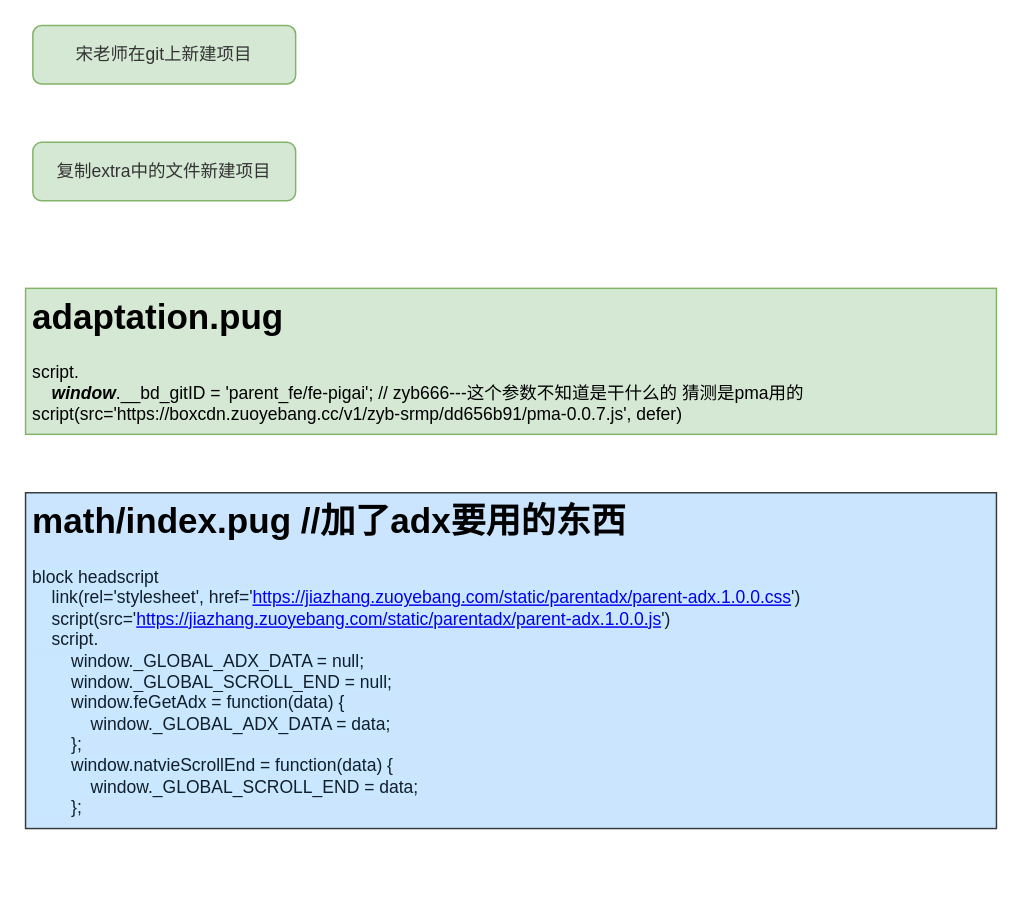
Before: 开发流程.drawio in tcaicai/ant-design-vue, a draw.io diagram. Source tidied: cells renumbered, new cells numbered last; positions are measured from the earlier drawing's top-left corner, leaving out a move shared by most shapes. Both pictures are drawn from the tidied source at 146%, with x=0, y=0 at pixel (25, 25).
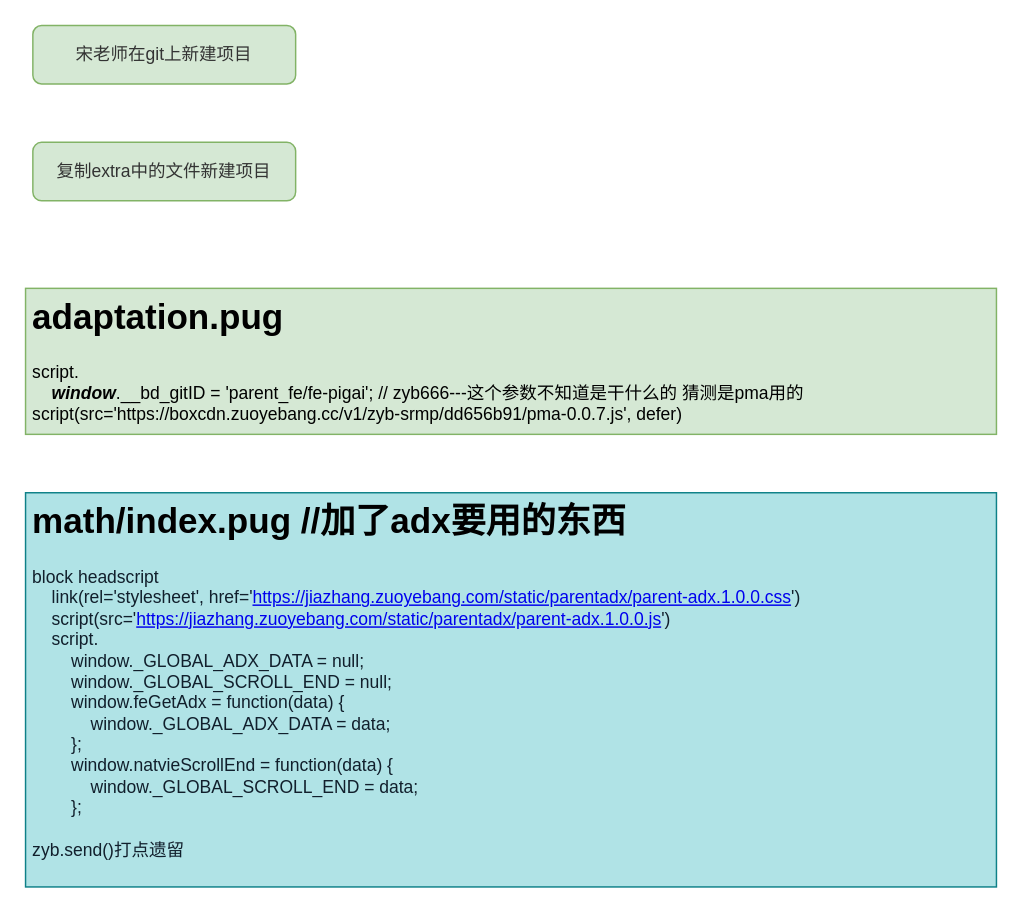
After the change.

What changed in the source:
```diff
@@
 <mxGraphModel>
   <root>
     <mxCell id="0" />
     <mxCell id="1" parent="0" />
     <mxCell id="2" value="&lt;span&gt;&lt;font color=&quot;#333333&quot;&gt;宋老师在git上新建项目&lt;/font&gt;&lt;/span&gt;" style="rounded=1;whiteSpace=wrap;html=1;fillColor=#d5e8d4;strokeColor=#82b366;" parent="1" vertex="1">
       <mxGeometry x="5" width="180" height="40" as="geometry" />
     </mxCell>
     <mxCell id="3" value="&lt;font color=&quot;#333333&quot;&gt;复制extra中的文件新建项目&lt;/font&gt;" style="rounded=1;whiteSpace=wrap;html=1;fillColor=#d5e8d4;strokeColor=#82b366;" parent="1" vertex="1">
       <mxGeometry x="5" y="80" width="180" height="40" as="geometry" />
     </mxCell>
     <mxCell id="4" value="&lt;h1&gt;adaptation.pug&lt;/h1&gt;&lt;blockquote&gt;&lt;/blockquote&gt;script.&lt;br&gt;&lt;span style=&quot;font-weight: bold ; font-style: italic&quot;&gt;&amp;nbsp; &amp;nbsp; window&lt;/span&gt;.__bd_gitID = 'parent_fe/fe-pigai'; // zyb666---这个参数不知道是干什么的 猜测是pma用的&lt;br&gt;script(src='https://boxcdn.zuoyebang.cc/v1/zyb-srmp/dd656b91/pma-0.0.7.js', defer)" style="text;html=1;strokeColor=#82b366;fillColor=#d5e8d4;spacing=5;spacingTop=-20;whiteSpace=wrap;overflow=hidden;rounded=0;rotation=0;" parent="1" vertex="1">
       <mxGeometry y="180" width="665" height="100" as="geometry" />
     </mxCell>
-    <mxCell id="5" value="&lt;h1&gt;math/index.pug //加了adx要用的东西&lt;/h1&gt;&lt;font&gt;&lt;span style=&quot;font-size: 12px ; color: rgb(17 , 31 , 44) ; background-color: rgb(201 , 231 , 255)&quot;&gt;block headscript&lt;/span&gt;&lt;br style=&quot;box-sizing: border-box ; color: rgb(17 , 31 , 44) ; background-color: rgb(201 , 231 , 255)&quot;&gt;&lt;span style=&quot;font-size: 12px ; color: rgb(17 , 31 , 44) ; background-color: rgb(201 , 231 , 255)&quot;&gt;&amp;nbsp; &amp;nbsp; link(rel='stylesheet', href='&lt;/span&gt;&lt;a href=&quot;https://jiazhang.zuoyebang.com/static/parentadx/parent-adx.1.0.0.css&quot; target=&quot;_blank&quot; style=&quot;font-size: 12px ; box-sizing: border-box ; background: padding-box padding-box rgb(201 , 231 , 255) ; outline: none ; cursor: pointer ; transition: all 0.3s ease 0s&quot;&gt;https://jiazhang.zuoyebang.com/static/parentadx/parent-adx.1.0.0.css&lt;/a&gt;&lt;span style=&quot;font-size: 12px ; color: rgb(17 , 31 , 44) ; background-color: rgb(201 , 231 , 255)&quot;&gt;')&amp;nbsp;&lt;/span&gt;&lt;br style=&quot;box-sizing: border-box ; color: rgb(17 , 31 , 44) ; background-color: rgb(201 , 231 , 255)&quot;&gt;&lt;span style=&quot;font-size: 12px ; color: rgb(17 , 31 , 44) ; background-color: rgb(201 , 231 , 255)&quot;&gt;&amp;nbsp; &amp;nbsp; script(src='&lt;/span&gt;&lt;a href=&quot;https://jiazhang.zuoyebang.com/static/parentadx/parent-adx.1.0.0.js&quot; target=&quot;_blank&quot; style=&quot;font-size: 12px ; box-sizing: border-box ; background: padding-box padding-box rgb(201 , 231 , 255) ; outline: none ; cursor: pointer ; transition: all 0.3s ease 0s&quot;&gt;https://jiazhang.zuoyebang.com/static/parentadx/parent-adx.1.0.0.js&lt;/a&gt;&lt;span style=&quot;font-size: 12px ; color: rgb(17 , 31 , 44) ; background-color: rgb(201 , 231 , 255)&quot;&gt;')&lt;br&gt;&lt;/span&gt;&lt;/font&gt;&lt;blockquote style=&quot;margin: 0 0 0 40px ; border: none ; padding: 0px&quot;&gt;&lt;/blockquote&gt;&lt;blockquote style=&quot;margin: 0 0 0 40px ; border: none ; padding: 0px&quot;&gt;&lt;/blockquote&gt;&lt;span style=&quot;background-color: rgb(201 , 231 , 255) ; color: rgb(17 , 31 , 44)&quot;&gt;&amp;nbsp; &amp;nbsp; script.&lt;/span&gt;&lt;br&gt;&lt;blockquote style=&quot;margin: 0 0 0 40px ; border: none ; padding: 0px&quot;&gt;&lt;/blockquote&gt;&lt;span style=&quot;background-color: rgb(201 , 231 , 255) ; color: rgb(17 , 31 , 44)&quot;&gt;&amp;nbsp; &amp;nbsp; &amp;nbsp; &amp;nbsp; window._GLOBAL_ADX_DATA = null;&lt;/span&gt;&lt;br&gt;&lt;blockquote style=&quot;margin: 0 0 0 40px ; border: none ; padding: 0px&quot;&gt;&lt;/blockquote&gt;&lt;span style=&quot;background-color: rgb(201 , 231 , 255) ; color: rgb(17 , 31 , 44)&quot;&gt;&amp;nbsp; &amp;nbsp; &amp;nbsp; &amp;nbsp; window._GLOBAL_SCROLL_END = null;&lt;/span&gt;&lt;br&gt;&lt;blockquote style=&quot;margin: 0 0 0 40px ; border: none ; padding: 0px&quot;&gt;&lt;/blockquote&gt;&lt;span style=&quot;background-color: rgb(201 , 231 , 255) ; color: rgb(17 , 31 , 44)&quot;&gt;&amp;nbsp; &amp;nbsp; &amp;nbsp; &amp;nbsp; window.feGetAdx = function(data) {&lt;/span&gt;&lt;br&gt;&lt;blockquote style=&quot;margin: 0 0 0 40px ; border: none ; padding: 0px&quot;&gt;&lt;/blockquote&gt;&lt;span style=&quot;background-color: rgb(201 , 231 , 255) ; color: rgb(17 , 31 , 44)&quot;&gt;&amp;nbsp; &amp;nbsp; &amp;nbsp; &amp;nbsp; &amp;nbsp; &amp;nbsp; window._GLOBAL_ADX_DATA = data;&lt;/span&gt;&lt;br&gt;&lt;blockquote style=&quot;margin: 0 0 0 40px ; border: none ; padding: 0px&quot;&gt;&lt;/blockquote&gt;&lt;span style=&quot;background-color: rgb(201 , 231 , 255) ; color: rgb(17 , 31 , 44)&quot;&gt;&amp;nbsp; &amp;nbsp; &amp;nbsp; &amp;nbsp; };&lt;/span&gt;&lt;br&gt;&lt;blockquote style=&quot;margin: 0 0 0 40px ; border: none ; padding: 0px&quot;&gt;&lt;/blockquote&gt;&lt;span style=&quot;background-color: rgb(201 , 231 , 255) ; color: rgb(17 , 31 , 44)&quot;&gt;&amp;nbsp; &amp;nbsp; &amp;nbsp; &amp;nbsp; window.natvieScrollEnd = function(data) {&lt;/span&gt;&lt;br&gt;&lt;blockquote style=&quot;margin: 0 0 0 40px ; border: none ; padding: 0px&quot;&gt;&lt;/blockquote&gt;&lt;span style=&quot;background-color: rgb(201 , 231 , 255) ; color: rgb(17 , 31 , 44)&quot;&gt;&amp;nbsp; &amp;nbsp; &amp;nbsp; &amp;nbsp; &amp;nbsp; &amp;nbsp; window._GLOBAL_SCROLL_END = data;&lt;/span&gt;&lt;br&gt;&lt;font&gt;&lt;span style=&quot;font-size: 12px ; color: rgb(17 , 31 , 44) ; background-color: rgb(201 , 231 , 255)&quot;&gt;&amp;nbsp; &amp;nbsp; &amp;nbsp; &amp;nbsp; };&lt;/span&gt;&lt;/font&gt;&lt;blockquote style=&quot;margin: 0 0 0 40px ; border: none ; padding: 0px&quot;&gt;&lt;/blockquote&gt;&lt;blockquote style=&quot;margin: 0 0 0 40px ; border: none ; padding: 0px&quot;&gt;&lt;/blockquote&gt;&lt;blockquote style=&quot;margin: 0 0 0 40px ; border: none ; padding: 0px&quot;&gt;&lt;/blockquote&gt;&lt;blockquote style=&quot;margin: 0 0 0 40px ; border: none ; padding: 0px&quot;&gt;&lt;/blockquote&gt;&lt;blockquote style=&quot;margin: 0 0 0 40px ; border: none ; padding: 0px&quot;&gt;&lt;/blockquote&gt;&lt;blockquote style=&quot;margin: 0 0 0 40px ; border: none ; padding: 0px&quot;&gt;&lt;/blockquote&gt;&lt;blockquote style=&quot;margin: 0 0 0 40px ; border: none ; padding: 0px&quot;&gt;&lt;/blockquote&gt;&lt;blockquote&gt;&lt;/blockquote&gt;" style="text;html=1;strokeColor=#36393d;fillColor=#cce5ff;spacing=5;spacingTop=-20;whiteSpace=wrap;overflow=hidden;rounded=0;rotation=0;" parent="1" vertex="1">
-      <mxGeometry y="320" width="665" height="230" as="geometry" />
+    <mxCell id="5" value="&lt;h1&gt;math/index.pug //加了adx要用的东西&lt;/h1&gt;&lt;font&gt;&lt;span style=&quot;font-size: 12px ; color: rgb(17 , 31 , 44)&quot;&gt;block headscript&lt;/span&gt;&lt;br style=&quot;box-sizing: border-box ; color: rgb(17 , 31 , 44)&quot;&gt;&lt;span style=&quot;font-size: 12px ; color: rgb(17 , 31 , 44)&quot;&gt;&amp;nbsp; &amp;nbsp; link(rel='stylesheet', href='&lt;/span&gt;&lt;a href=&quot;https://jiazhang.zuoyebang.com/static/parentadx/parent-adx.1.0.0.css&quot; target=&quot;_blank&quot; style=&quot;font-size: 12px ; box-sizing: border-box ; outline: none ; cursor: pointer ; transition: all 0.3s ease 0s&quot;&gt;https://jiazhang.zuoyebang.com/static/parentadx/parent-adx.1.0.0.css&lt;/a&gt;&lt;span style=&quot;font-size: 12px ; color: rgb(17 , 31 , 44)&quot;&gt;')&amp;nbsp;&lt;/span&gt;&lt;br style=&quot;box-sizing: border-box ; color: rgb(17 , 31 , 44)&quot;&gt;&lt;span style=&quot;font-size: 12px ; color: rgb(17 , 31 , 44)&quot;&gt;&amp;nbsp; &amp;nbsp; script(src='&lt;/span&gt;&lt;a href=&quot;https://jiazhang.zuoyebang.com/static/parentadx/parent-adx.1.0.0.js&quot; target=&quot;_blank&quot; style=&quot;font-size: 12px ; box-sizing: border-box ; outline: none ; cursor: pointer ; transition: all 0.3s ease 0s&quot;&gt;https://jiazhang.zuoyebang.com/static/parentadx/parent-adx.1.0.0.js&lt;/a&gt;&lt;span style=&quot;font-size: 12px ; color: rgb(17 , 31 , 44)&quot;&gt;')&lt;br&gt;&lt;/span&gt;&lt;/font&gt;&lt;blockquote style=&quot;margin: 0 0 0 40px ; border: none ; padding: 0px&quot;&gt;&lt;/blockquote&gt;&lt;blockquote style=&quot;margin: 0 0 0 40px ; border: none ; padding: 0px&quot;&gt;&lt;/blockquote&gt;&lt;span style=&quot;color: rgb(17 , 31 , 44)&quot;&gt;&amp;nbsp; &amp;nbsp; script.&lt;/span&gt;&lt;br&gt;&lt;blockquote style=&quot;margin: 0 0 0 40px ; border: none ; padding: 0px&quot;&gt;&lt;/blockquote&gt;&lt;span style=&quot;color: rgb(17 , 31 , 44)&quot;&gt;&amp;nbsp; &amp;nbsp; &amp;nbsp; &amp;nbsp; window._GLOBAL_ADX_DATA = null;&lt;/span&gt;&lt;br&gt;&lt;blockquote style=&quot;margin: 0 0 0 40px ; border: none ; padding: 0px&quot;&gt;&lt;/blockquote&gt;&lt;span style=&quot;color: rgb(17 , 31 , 44)&quot;&gt;&amp;nbsp; &amp;nbsp; &amp;nbsp; &amp;nbsp; window._GLOBAL_SCROLL_END = null;&lt;/span&gt;&lt;br&gt;&lt;blockquote style=&quot;margin: 0 0 0 40px ; border: none ; padding: 0px&quot;&gt;&lt;/blockquote&gt;&lt;span style=&quot;color: rgb(17 , 31 , 44)&quot;&gt;&amp;nbsp; &amp;nbsp; &amp;nbsp; &amp;nbsp; window.feGetAdx = function(data) {&lt;/span&gt;&lt;br&gt;&lt;blockquote style=&quot;margin: 0 0 0 40px ; border: none ; padding: 0px&quot;&gt;&lt;/blockquote&gt;&lt;span style=&quot;color: rgb(17 , 31 , 44)&quot;&gt;&amp;nbsp; &amp;nbsp; &amp;nbsp; &amp;nbsp; &amp;nbsp; &amp;nbsp; window._GLOBAL_ADX_DATA = data;&lt;/span&gt;&lt;br&gt;&lt;blockquote style=&quot;margin: 0 0 0 40px ; border: none ; padding: 0px&quot;&gt;&lt;/blockquote&gt;&lt;span style=&quot;color: rgb(17 , 31 , 44)&quot;&gt;&amp;nbsp; &amp;nbsp; &amp;nbsp; &amp;nbsp; };&lt;/span&gt;&lt;br&gt;&lt;blockquote style=&quot;margin: 0 0 0 40px ; border: none ; padding: 0px&quot;&gt;&lt;/blockquote&gt;&lt;span style=&quot;color: rgb(17 , 31 , 44)&quot;&gt;&amp;nbsp; &amp;nbsp; &amp;nbsp; &amp;nbsp; window.natvieScrollEnd = function(data) {&lt;/span&gt;&lt;br&gt;&lt;blockquote style=&quot;margin: 0 0 0 40px ; border: none ; padding: 0px&quot;&gt;&lt;/blockquote&gt;&lt;span style=&quot;color: rgb(17 , 31 , 44)&quot;&gt;&amp;nbsp; &amp;nbsp; &amp;nbsp; &amp;nbsp; &amp;nbsp; &amp;nbsp; window._GLOBAL_SCROLL_END = data;&lt;/span&gt;&lt;br&gt;&lt;font&gt;&lt;span style=&quot;font-size: 12px ; color: rgb(17 , 31 , 44)&quot;&gt;&amp;nbsp; &amp;nbsp; &amp;nbsp; &amp;nbsp; };&lt;br&gt;&lt;br&gt;zyb.send()打点遗留&lt;br&gt;&lt;/span&gt;&lt;/font&gt;&lt;blockquote style=&quot;margin: 0 0 0 40px ; border: none ; padding: 0px&quot;&gt;&lt;/blockquote&gt;&lt;blockquote style=&quot;margin: 0 0 0 40px ; border: none ; padding: 0px&quot;&gt;&lt;/blockquote&gt;&lt;blockquote style=&quot;margin: 0 0 0 40px ; border: none ; padding: 0px&quot;&gt;&lt;/blockquote&gt;&lt;blockquote style=&quot;margin: 0 0 0 40px ; border: none ; padding: 0px&quot;&gt;&lt;/blockquote&gt;&lt;blockquote style=&quot;margin: 0 0 0 40px ; border: none ; padding: 0px&quot;&gt;&lt;/blockquote&gt;&lt;blockquote style=&quot;margin: 0 0 0 40px ; border: none ; padding: 0px&quot;&gt;&lt;/blockquote&gt;&lt;blockquote style=&quot;margin: 0 0 0 40px ; border: none ; padding: 0px&quot;&gt;&lt;/blockquote&gt;&lt;blockquote&gt;&lt;/blockquote&gt;" style="text;html=1;strokeColor=#0e8088;fillColor=#b0e3e6;spacing=5;spacingTop=-20;whiteSpace=wrap;overflow=hidden;rounded=0;rotation=0;" parent="1" vertex="1">
+      <mxGeometry y="320" width="665" height="270" as="geometry" />
     </mxCell>
   </root>
 </mxGraphModel>
```
